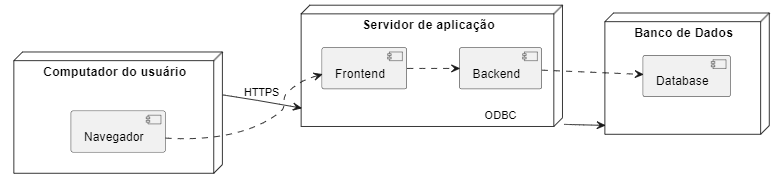
Before: project/img/deploymentdiagram.png, a diagram exported from PlantUML (iannovais/lds-moeda). Its source is kept beside it as project/code/deploymentdiagram.plantuml.
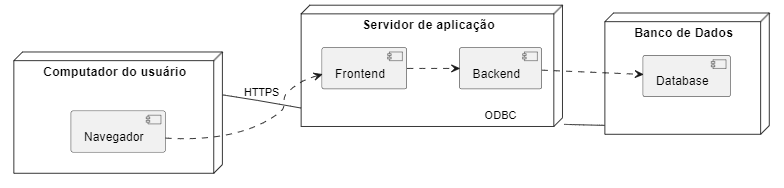
The same diagram one commit later.

Commit message:
Atualização de diagramas

The edit, as a diff of the source:
```diff
@@ -19,7 +19,7 @@
 [Frontend] ..> [Backend]
 [Backend] ..> [Database]
 
-computador --> servidor : HTTPS
-servidor --> bd : ODBC
+computador -- servidor : HTTPS
+servidor -- bd : ODBC
 
 @enduml
```
